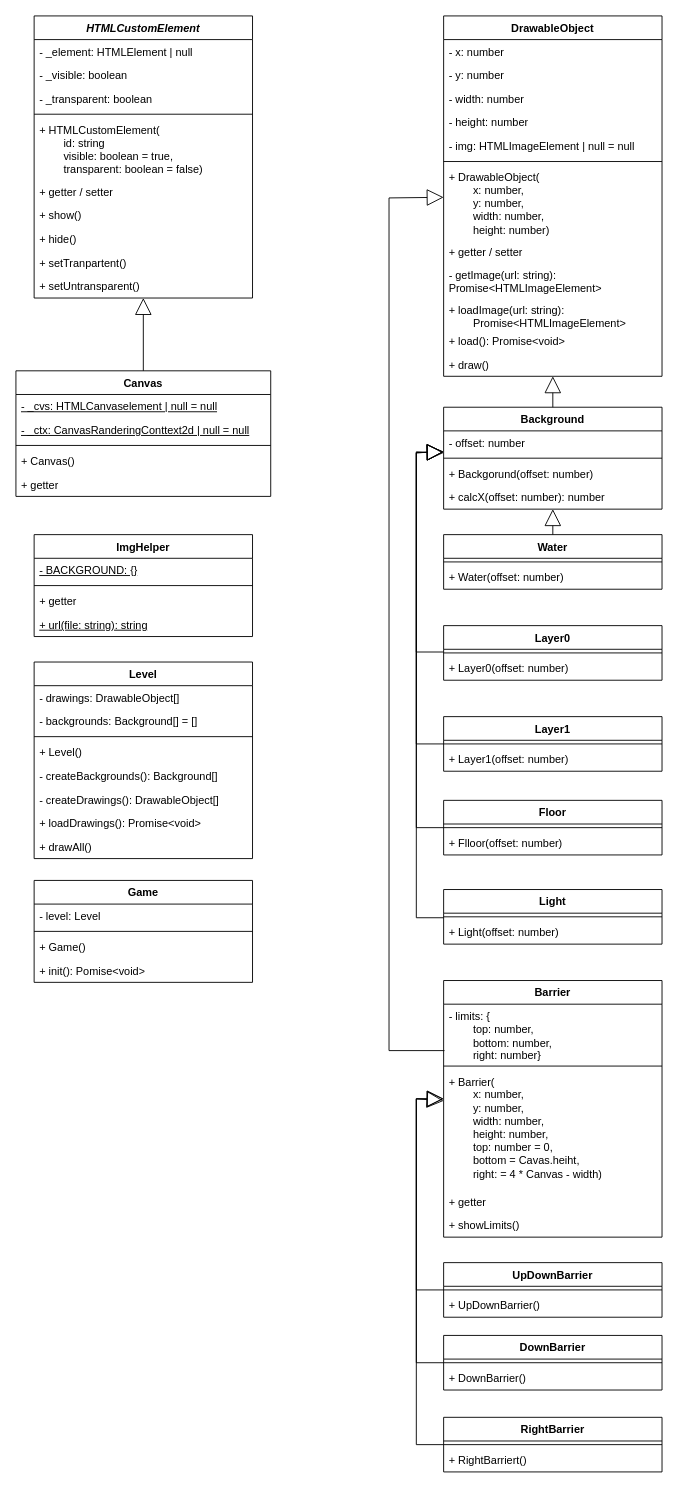
Above: docs/classes.drawio in elma1989/sharkie (draw.io), before the change. Source tidied: cells renumbered, new cells numbered last; positions are measured from the earlier drawing's top-left corner, leaving out a move shared by most shapes. Both pictures are drawn from the tidied source at 91%, with x=0, y=0 at pixel (15, 15).
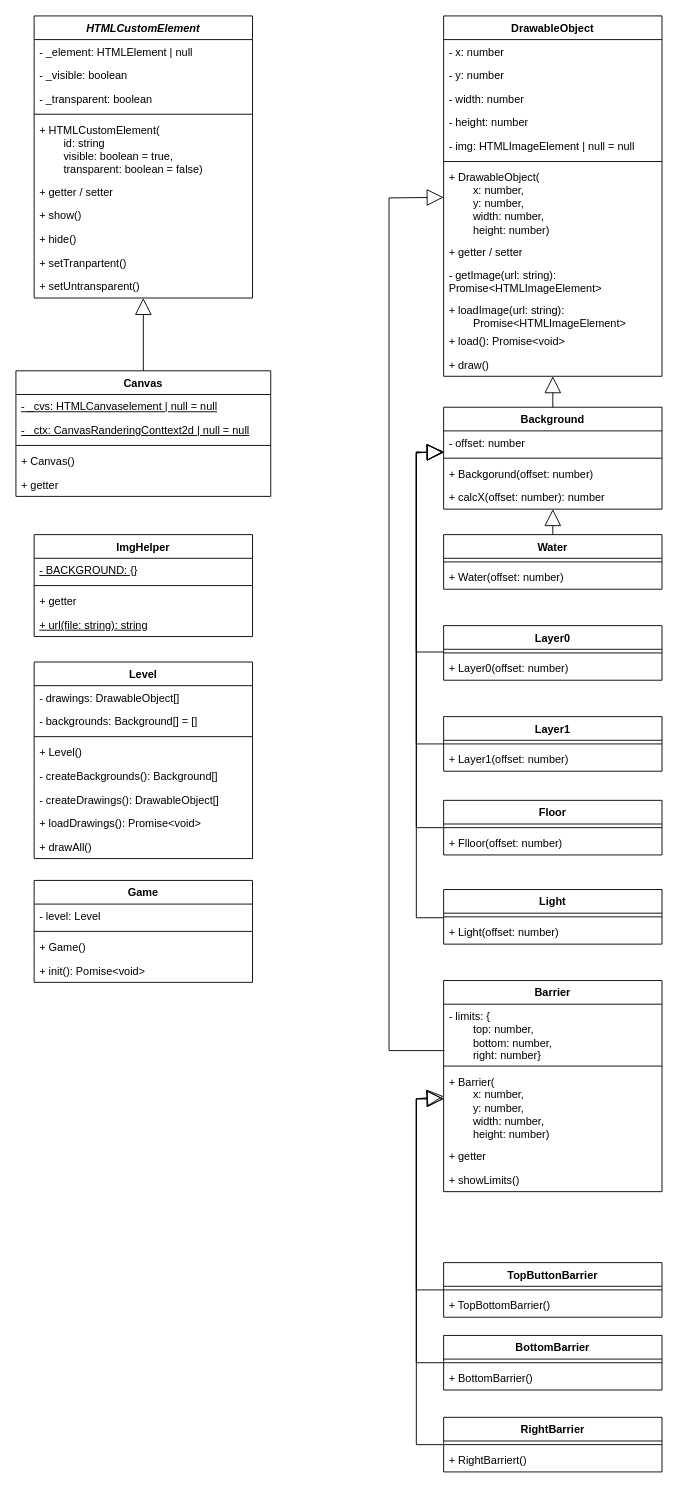
Above is the later version.

The edit, as a diff of the source:
```diff
@@
     <mxCell id="38" value="Barrier" style="swimlane;fontStyle=1;align=center;verticalAlign=top;horizontal=1;startSize=26;whiteSpace=wrap;html=1;" parent="1" vertex="1">
-      <mxGeometry x="470" y="1060" width="240" height="282" as="geometry" />
+      <mxGeometry x="470" y="1060" width="240" height="232" as="geometry" />
     </mxCell>
@@
-    <mxCell id="41" value="+ Barrier(&lt;div&gt;&lt;span style=&quot;white-space: pre;&quot;&gt;&#9;&lt;/span&gt;x: number,&lt;br&gt;&lt;/div&gt;&lt;div&gt;&lt;span style=&quot;white-space: pre;&quot;&gt;&#9;&lt;/span&gt;y: number,&lt;br&gt;&lt;/div&gt;&lt;div&gt;&lt;span style=&quot;white-space: pre;&quot;&gt;&#9;&lt;/span&gt;width: number,&lt;br&gt;&lt;/div&gt;&lt;div&gt;&lt;span style=&quot;white-space: pre;&quot;&gt;&#9;&lt;/span&gt;height: number,&lt;br&gt;&lt;/div&gt;&lt;div&gt;&lt;span style=&quot;white-space: pre;&quot;&gt;&#9;&lt;/span&gt;top: number = 0,&lt;br&gt;&lt;/div&gt;&lt;div&gt;&lt;span style=&quot;white-space: pre;&quot;&gt;&#9;&lt;/span&gt;bottom = Cavas.heiht,&lt;br&gt;&lt;/div&gt;&lt;div&gt;&lt;span style=&quot;white-space: pre;&quot;&gt;&#9;&lt;/span&gt;right: = 4 * Canvas - width)&lt;br&gt;&lt;/div&gt;" style="text;strokeColor=none;fillColor=none;align=left;verticalAlign=top;spacingLeft=4;spacingRight=4;overflow=hidden;whiteSpace=wrap;html=1;" parent="38" vertex="1">
-      <mxGeometry y="98" width="240" height="132" as="geometry" />
+    <mxCell id="41" value="+ Barrier(&lt;div&gt;&lt;span style=&quot;white-space: pre;&quot;&gt;&#9;&lt;/span&gt;x: number,&lt;br&gt;&lt;/div&gt;&lt;div&gt;&lt;span style=&quot;white-space: pre;&quot;&gt;&#9;&lt;/span&gt;y: number,&lt;br&gt;&lt;/div&gt;&lt;div&gt;&lt;span style=&quot;white-space: pre;&quot;&gt;&#9;&lt;/span&gt;width: number,&lt;br&gt;&lt;/div&gt;&lt;div&gt;&lt;span style=&quot;white-space: pre;&quot;&gt;&#9;&lt;/span&gt;height: number)&lt;/div&gt;" style="text;strokeColor=none;fillColor=none;align=left;verticalAlign=top;spacingLeft=4;spacingRight=4;overflow=hidden;whiteSpace=wrap;html=1;" parent="38" vertex="1">
+      <mxGeometry y="98" width="240" height="82" as="geometry" />
     </mxCell>
     <mxCell id="42" value="+ getter" style="text;strokeColor=none;fillColor=none;align=left;verticalAlign=top;spacingLeft=4;spacingRight=4;overflow=hidden;whiteSpace=wrap;html=1;" parent="38" vertex="1">
-      <mxGeometry y="230" width="240" height="26" as="geometry" />
+      <mxGeometry y="180" width="240" height="26" as="geometry" />
     </mxCell>
     <mxCell id="43" value="+ showLimits()" style="text;strokeColor=none;fillColor=none;align=left;verticalAlign=top;spacingLeft=4;spacingRight=4;overflow=hidden;whiteSpace=wrap;html=1;" parent="38" vertex="1">
-      <mxGeometry y="256" width="240" height="26" as="geometry" />
+      <mxGeometry y="206" width="240" height="26" as="geometry" />
     </mxCell>
@@
-    <mxCell id="45" value="UpDownBarrier" style="swimlane;fontStyle=1;align=center;verticalAlign=top;horizontal=1;startSize=26;whiteSpace=wrap;html=1;" parent="1" vertex="1">
+    <mxCell id="45" value="TopButtonBarrier" style="swimlane;fontStyle=1;align=center;verticalAlign=top;horizontal=1;startSize=26;whiteSpace=wrap;html=1;" parent="1" vertex="1">
       <mxGeometry x="470" y="1370" width="240" height="60" as="geometry" />
     </mxCell>
@@
-    <mxCell id="47" value="+ UpDownBarrier()" style="text;strokeColor=none;fillColor=none;align=left;verticalAlign=top;spacingLeft=4;spacingRight=4;overflow=hidden;whiteSpace=wrap;html=1;" parent="45" vertex="1">
+    <mxCell id="47" value="+ TopBottomBarrier()" style="text;strokeColor=none;fillColor=none;align=left;verticalAlign=top;spacingLeft=4;spacingRight=4;overflow=hidden;whiteSpace=wrap;html=1;" parent="45" vertex="1">
       <mxGeometry y="34" width="240" height="26" as="geometry" />
     </mxCell>
-    <mxCell id="48" value="DownBarrier" style="swimlane;fontStyle=1;align=center;verticalAlign=top;horizontal=1;startSize=26;whiteSpace=wrap;html=1;" parent="1" vertex="1">
+    <mxCell id="48" value="BottomBarrier" style="swimlane;fontStyle=1;align=center;verticalAlign=top;horizontal=1;startSize=26;whiteSpace=wrap;html=1;" parent="1" vertex="1">
       <mxGeometry x="470" y="1450" width="240" height="60" as="geometry" />
     </mxCell>
@@
-    <mxCell id="50" value="+ DownBarrier()" style="text;strokeColor=none;fillColor=none;align=left;verticalAlign=top;spacingLeft=4;spacingRight=4;overflow=hidden;whiteSpace=wrap;html=1;" parent="48" vertex="1">
+    <mxCell id="50" value="+ BottomBarrier()" style="text;strokeColor=none;fillColor=none;align=left;verticalAlign=top;spacingLeft=4;spacingRight=4;overflow=hidden;whiteSpace=wrap;html=1;" parent="48" vertex="1">
       <mxGeometry y="34" width="240" height="26" as="geometry" />
     </mxCell>
```
